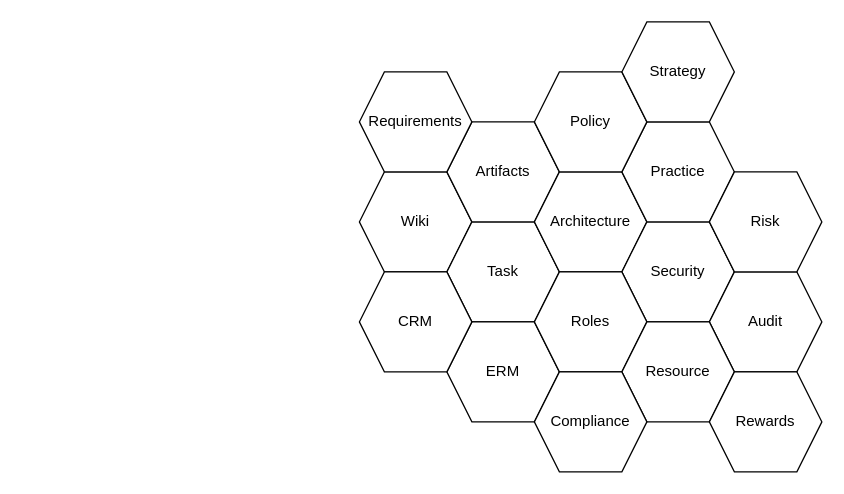
Above: page "Current State" (2 of 2) of _gxp/diagrams/GXP-Experiences.drawio in governance-foundation/governance.foundation (draw.io), before the change. Source tidied: cells renumbered, new cells numbered last; positions are measured from the earlier drawing's top-left corner, leaving out a move shared by most shapes. Both pictures are drawn from the tidied source at 125%, with x=0, y=0 at pixel (359, 21).
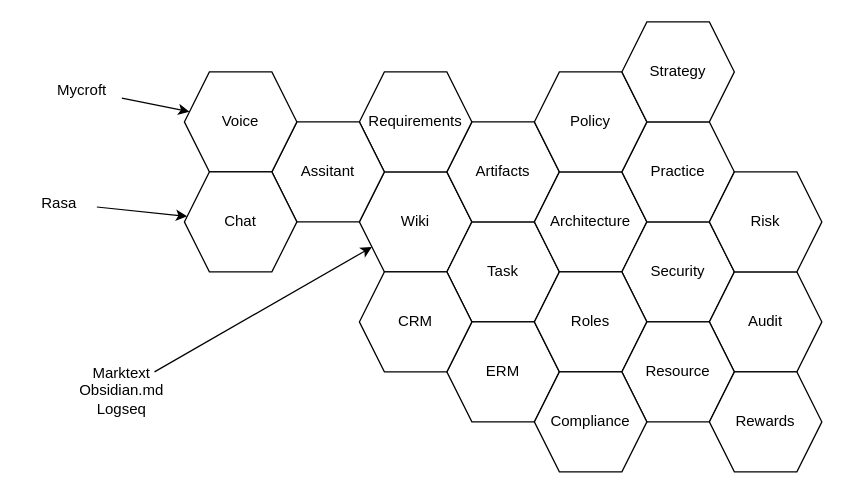
After the change.

Unchanged cells that the change refers to:
```xml
<mxCell id="2" value="Wiki" style="shape=hexagon;perimeter=hexagonPerimeter2;whiteSpace=wrap;html=1;fixedSize=1;" parent="1" vertex="1">
  <mxGeometry y="120" width="90" height="80" as="geometry" />
</mxCell>
```

Diff of the diagram source:
```diff
@@
+    <mxCell id="19" value="Assitant" style="shape=hexagon;perimeter=hexagonPerimeter2;whiteSpace=wrap;html=1;fixedSize=1;" parent="1" vertex="1">
+      <mxGeometry x="-70" y="80" width="90" height="80" as="geometry" />
+    </mxCell>
+    <mxCell id="20" style="edgeStyle=none;rounded=0;jettySize=auto;html=1;" parent="1" edge="1" source="21" target="26">
+      <mxGeometry relative="1" as="geometry" />
+    </mxCell>
+    <mxCell id="21" value="Mycroft&amp;nbsp;" style="text;html=1;strokeColor=none;fillColor=none;align=center;verticalAlign=middle;whiteSpace=wrap;rounded=0;" parent="1" vertex="1">
+      <mxGeometry x="-250" y="40" width="60" height="30" as="geometry" />
+    </mxCell>
+    <mxCell id="22" style="edgeStyle=none;rounded=0;jettySize=auto;html=1;" parent="1" edge="1" source="23" target="27">
+      <mxGeometry relative="1" as="geometry" />
+    </mxCell>
+    <mxCell id="23" value="Rasa" style="text;html=1;strokeColor=none;fillColor=none;align=center;verticalAlign=middle;whiteSpace=wrap;rounded=0;" parent="1" vertex="1">
+      <mxGeometry x="-270" y="130" width="60" height="30" as="geometry" />
+    </mxCell>
+    <mxCell id="24" style="edgeStyle=none;rounded=0;jettySize=auto;html=1;" parent="1" edge="1" source="25" target="2">
+      <mxGeometry relative="1" as="geometry" />
+    </mxCell>
+    <mxCell id="25" value="Marktext&lt;br&gt;Obsidian.md&lt;br&gt;Logseq&lt;br&gt;" style="text;html=1;strokeColor=none;fillColor=none;align=center;verticalAlign=middle;whiteSpace=wrap;rounded=0;" parent="1" vertex="1">
+      <mxGeometry x="-220" y="280" width="60" height="30" as="geometry" />
+    </mxCell>
+    <mxCell id="26" value="Voice" style="shape=hexagon;perimeter=hexagonPerimeter2;whiteSpace=wrap;html=1;fixedSize=1;" parent="1" vertex="1">
+      <mxGeometry x="-140" y="40" width="90" height="80" as="geometry" />
+    </mxCell>
+    <mxCell id="27" value="Chat" style="shape=hexagon;perimeter=hexagonPerimeter2;whiteSpace=wrap;html=1;fixedSize=1;" parent="1" vertex="1">
+      <mxGeometry x="-140" y="120" width="90" height="80" as="geometry" />
+    </mxCell>
```
